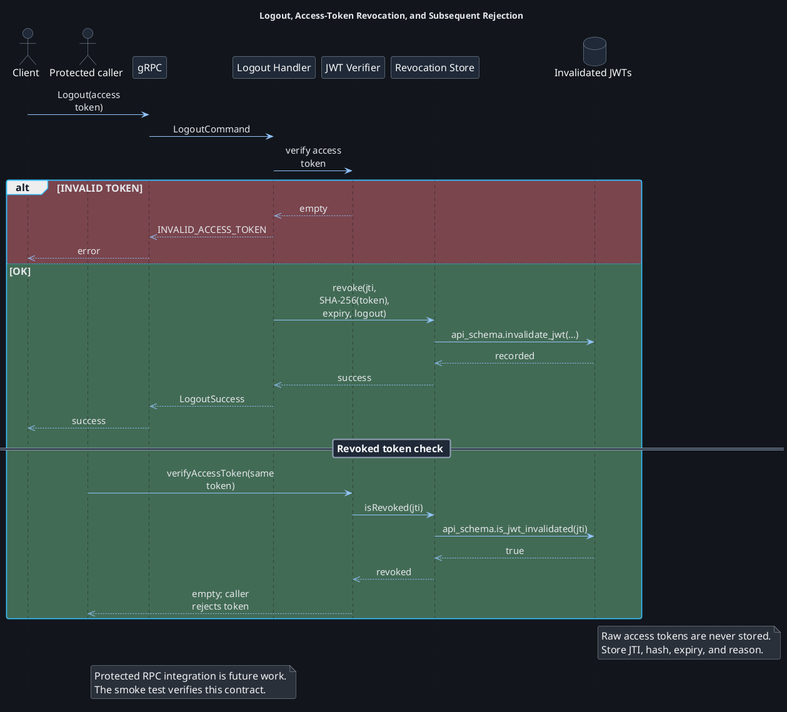
Above: design/authentication/LogoutRevocation.png in OODesigns/central-auth-service (PlantUML), before the change.
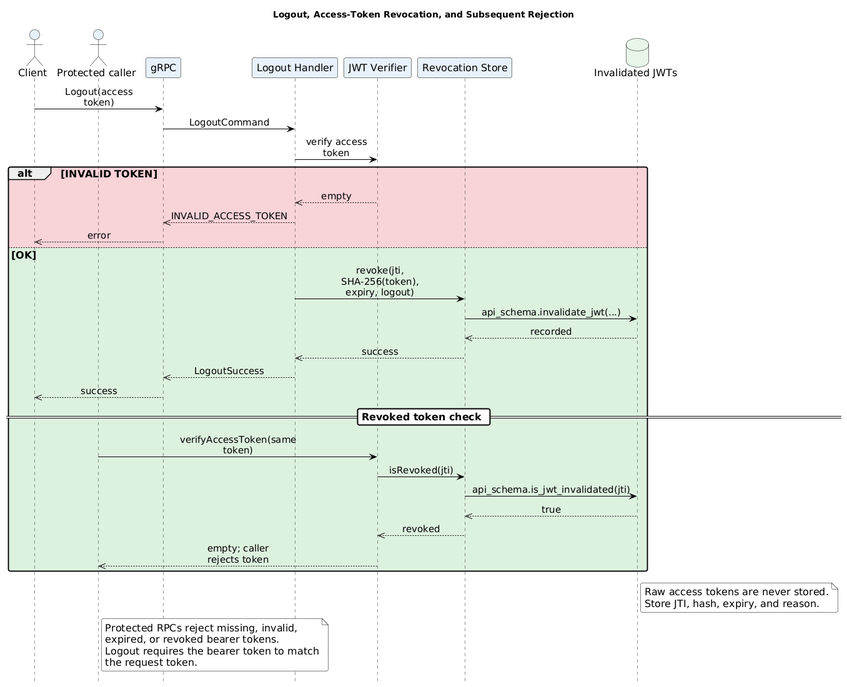
After the commit.

What changed in the source:
```diff
@@ -14,11 +14,11 @@
 Client -> Grpc: Logout(access token)
 Grpc -> Handler: LogoutCommand
 Handler -> Verifier: verify access token
-alt #7a454d INVALID TOKEN
+alt #F3B6BE99 INVALID TOKEN
   Verifier -->> Handler: empty
   Handler -->> Grpc: INVALID_ACCESS_TOKEN
   Grpc -->> Client: error
-else #426b55 OK
+else #C7E8C999 OK
   Handler -> Store: revoke(jti, SHA-256(token), expiry, logout)
   Store -> Db: api_schema.invalidate_jwt(...)
   Db -->> Store: recorded
@@ -40,7 +40,9 @@
 end note
 
 note right of Consumer
-  Protected RPC integration is future work.
-  The smoke test verifies this contract.
+  Protected RPCs reject missing, invalid,
+  expired, or revoked bearer tokens.
+  Logout requires the bearer token to match
+  the request token.
 end note
 @enduml
```
